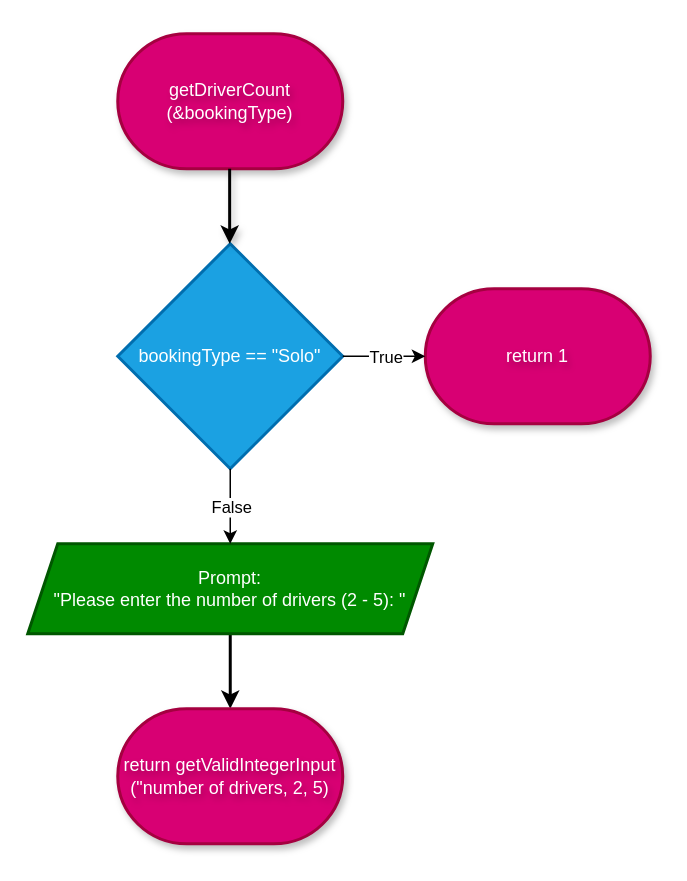
The draw.io diagram Flowcharts (draw.io)/10. getDriverCount.drawio in shahxvi/csc126-group-project, before the edit. Source tidied: cells renumbered, new cells numbered last; positions are measured from the earlier drawing's top-left corner, leaving out a move shared by most shapes. Both pictures are drawn from the tidied source at 150%, with x=0, y=0 at pixel (27, 33).
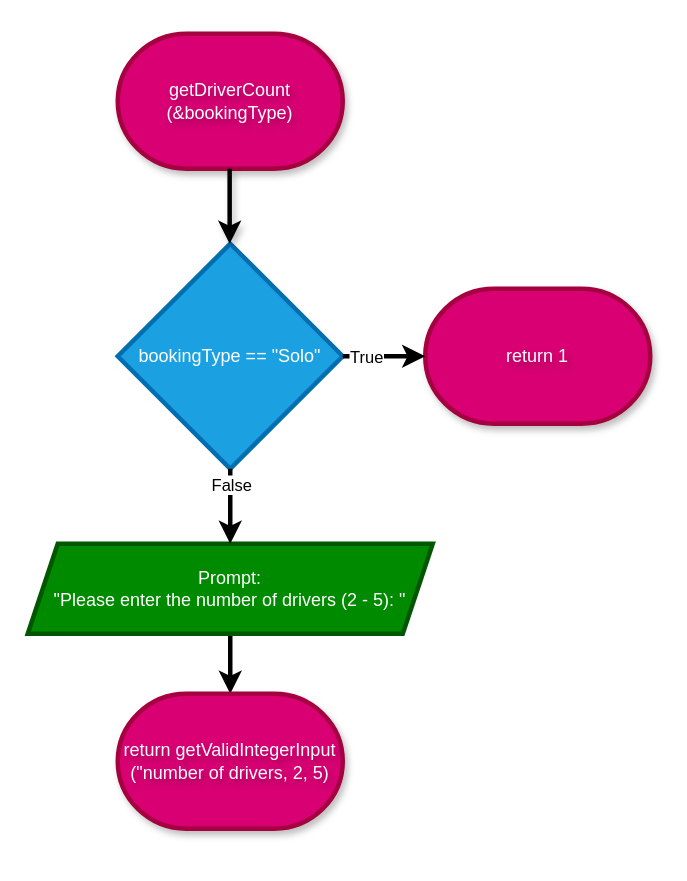
After the change.

The edit, as a diff of the source:
```diff
@@
 <mxGraphModel>
   <root>
     <mxCell id="0" />
     <mxCell id="1" parent="0" />
-    <mxCell id="2" value="bookingType == &quot;Solo&quot;" style="rhombus;whiteSpace=wrap;html=1;fillColor=#1ba1e2;fontColor=#ffffff;strokeColor=#006EAF;strokeWidth=2;" parent="1" vertex="1">
+    <mxCell id="2" value="bookingType == &quot;Solo&quot;" style="rhombus;whiteSpace=wrap;html=1;fillColor=#1ba1e2;fontColor=#ffffff;strokeColor=#006EAF;strokeWidth=3;" parent="1" vertex="1">
       <mxGeometry x="60" y="140" width="150" height="150" as="geometry" />
     </mxCell>
-    <mxCell id="3" style="edgeStyle=none;html=1;strokeWidth=2;" parent="1" edge="1" source="4" target="5">
+    <mxCell id="3" style="edgeStyle=none;html=1;strokeWidth=3;" parent="1" edge="1" source="4" target="5">
       <mxGeometry relative="1" as="geometry" />
     </mxCell>
-    <mxCell id="4" value="Prompt:&lt;br&gt;&quot;Please enter the number of drivers (2 - 5): &quot;" style="shape=parallelogram;perimeter=parallelogramPerimeter;whiteSpace=wrap;html=1;fixedSize=1;fillColor=#008a00;fontColor=#ffffff;strokeColor=#005700;strokeWidth=2;" parent="1" vertex="1">
+    <mxCell id="4" value="Prompt:&lt;br&gt;&quot;Please enter the number of drivers (2 - 5): &quot;" style="shape=parallelogram;perimeter=parallelogramPerimeter;whiteSpace=wrap;html=1;fixedSize=1;fillColor=#008a00;fontColor=#ffffff;strokeColor=#005700;strokeWidth=3;" parent="1" vertex="1">
       <mxGeometry y="340" width="270" height="60" as="geometry" />
     </mxCell>
-    <mxCell id="5" value="return getValidIntegerInput&lt;br&gt;(&quot;number of drivers, 2, 5)" style="strokeWidth=2;html=1;shape=mxgraph.flowchart.terminator;whiteSpace=wrap;fillColor=#d80073;strokeColor=#A50040;shadow=1;fontColor=#ffffff;textShadow=1;spacing=2;" parent="1" vertex="1">
-      <mxGeometry x="60" y="450" width="150" height="90" as="geometry" />
+    <mxCell id="5" value="return getValidIntegerInput&lt;br&gt;(&quot;number of drivers, 2, 5)" style="strokeWidth=3;html=1;shape=mxgraph.flowchart.terminator;whiteSpace=wrap;fillColor=#d80073;strokeColor=#A50040;shadow=1;fontColor=#ffffff;textShadow=1;spacing=2;" parent="1" vertex="1">
+      <mxGeometry x="60" y="440" width="150" height="90" as="geometry" />
     </mxCell>
-    <mxCell id="6" value="return 1" style="strokeWidth=2;html=1;shape=mxgraph.flowchart.terminator;whiteSpace=wrap;fillColor=#d80073;strokeColor=#A50040;shadow=1;fontColor=#ffffff;textShadow=1;spacing=2;" parent="1" vertex="1">
+    <mxCell id="6" value="return 1" style="strokeWidth=3;html=1;shape=mxgraph.flowchart.terminator;whiteSpace=wrap;fillColor=#d80073;strokeColor=#A50040;shadow=1;fontColor=#ffffff;textShadow=1;spacing=2;" parent="1" vertex="1">
       <mxGeometry x="265" y="170" width="150" height="90" as="geometry" />
     </mxCell>
-    <mxCell id="7" value="&lt;span style=&quot;color: rgb(255, 255, 255);&quot;&gt;getDriverCount&lt;/span&gt;&lt;br&gt;&lt;span style=&quot;color: rgb(255, 255, 255);&quot;&gt;(&amp;amp;bookingType)&lt;/span&gt;" style="strokeWidth=2;html=1;shape=mxgraph.flowchart.terminator;whiteSpace=wrap;fillColor=#d80073;strokeColor=#A50040;shadow=1;fontColor=#ffffff;textShadow=1;spacing=2;" parent="1" vertex="1">
+    <mxCell id="7" value="&lt;span style=&quot;color: rgb(255, 255, 255);&quot;&gt;getDriverCount&lt;/span&gt;&lt;br&gt;&lt;span style=&quot;color: rgb(255, 255, 255);&quot;&gt;(&amp;amp;bookingType)&lt;/span&gt;" style="strokeWidth=3;html=1;shape=mxgraph.flowchart.terminator;whiteSpace=wrap;fillColor=#d80073;strokeColor=#A50040;shadow=1;fontColor=#ffffff;textShadow=1;spacing=2;" parent="1" vertex="1">
       <mxGeometry x="60" width="150" height="90" as="geometry" />
     </mxCell>
-    <mxCell id="8" style="edgeStyle=none;html=1;strokeWidth=2;shadow=1;textShadow=1;spacing=2;" parent="1" edge="1">
+    <mxCell id="8" style="edgeStyle=none;html=1;strokeWidth=3;shadow=1;textShadow=1;spacing=2;" parent="1" edge="1">
       <mxGeometry relative="1" as="geometry">
         <mxPoint x="134.6" y="90" as="sourcePoint" />
         <mxPoint x="134.6" y="140" as="targetPoint" />
       </mxGeometry>
     </mxCell>
-    <mxCell id="9" style="endArrow=classic;html=1;exitX=1;exitY=0.5;exitDx=0;exitDy=0;entryX=0;entryY=0.5;entryDx=0;entryDy=0;entryPerimeter=0;" parent="1" edge="1" source="2" target="6">
+    <mxCell id="9" style="endArrow=classic;html=1;exitX=1;exitY=0.5;exitDx=0;exitDy=0;entryX=0;entryY=0.5;entryDx=0;entryDy=0;entryPerimeter=0;strokeWidth=3;" parent="1" edge="1" source="2" target="6">
       <mxGeometry relative="1" as="geometry" />
     </mxCell>
     <mxCell id="10" value="True" style="edgeLabel;html=1;align=center;verticalAlign=middle;" parent="9" vertex="1">
-      <mxGeometry relative="1" as="geometry" />
+      <mxGeometry relative="1" as="geometry">
+        <mxPoint x="-13" as="offset" />
+      </mxGeometry>
     </mxCell>
-    <mxCell id="11" style="endArrow=classic;html=1;exitX=0.5;exitY=1;exitDx=0;exitDy=0;entryX=0.5;entryY=0;entryDx=0;entryDy=0;" parent="1" edge="1" source="2" target="4">
+    <mxCell id="11" style="endArrow=classic;html=1;exitX=0.5;exitY=1;exitDx=0;exitDy=0;entryX=0.5;entryY=0;entryDx=0;entryDy=0;strokeWidth=3;" parent="1" edge="1" source="2" target="4">
       <mxGeometry relative="1" as="geometry" />
     </mxCell>
     <mxCell id="12" value="False" style="edgeLabel;html=1;align=center;verticalAlign=middle;" parent="11" vertex="1">
-      <mxGeometry relative="1" as="geometry" />
+      <mxGeometry relative="1" as="geometry">
+        <mxPoint y="-15" as="offset" />
+      </mxGeometry>
     </mxCell>
   </root>
 </mxGraphModel>
```
